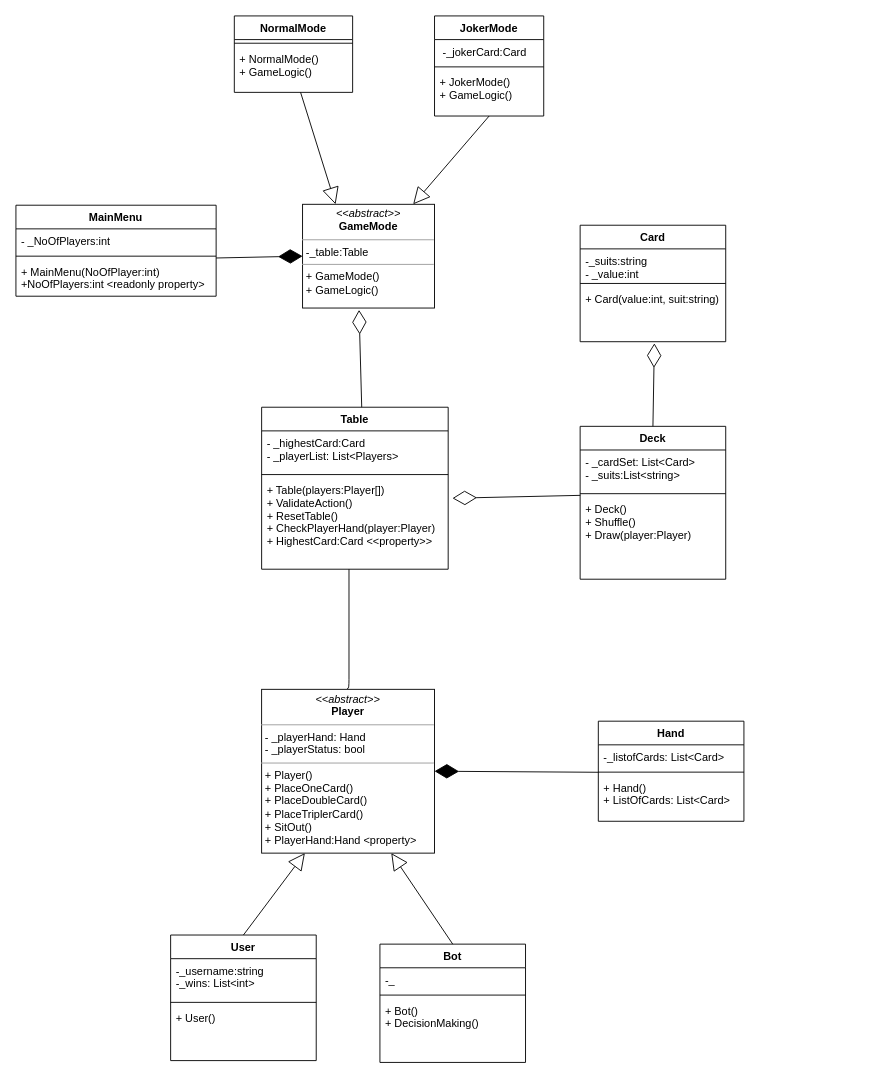
LastMinuteBanter/DistinctionTaskUML keeps this draw.io diagram as DistinctionTask.drawio. Above is the earlier version. Source tidied: cells renumbered, new cells numbered last; positions are measured from the earlier drawing's top-left corner, leaving out a move shared by most shapes. Both pictures are drawn from the tidied source at 91%, with x=0, y=0 at pixel (15, 15).
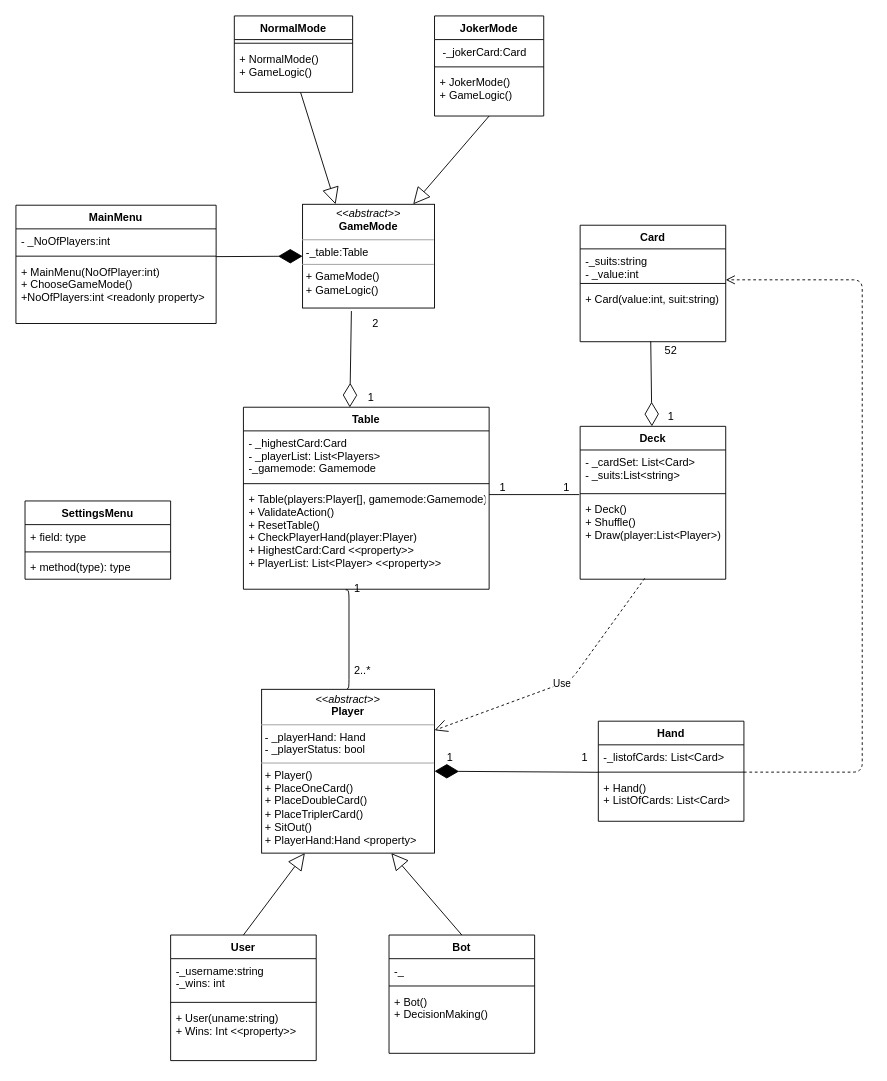
The same page after the edit.

The change refers to these unchanged cells:
```xml
<mxCell id="17" value="&lt;p style=&quot;margin: 0px ; margin-top: 4px ; text-align: center&quot;&gt;&lt;i&gt;&amp;lt;&amp;lt;abstract&amp;gt;&amp;gt;&lt;/i&gt;&lt;br&gt;&lt;b&gt;Player&lt;/b&gt;&lt;/p&gt;&lt;hr size=&quot;1&quot;&gt;&lt;p style=&quot;margin: 0px ; margin-left: 4px&quot;&gt;- _playerHand: Hand&lt;/p&gt;&lt;p style=&quot;margin: 0px ; margin-left: 4px&quot;&gt;- _playerStatus: bool&lt;br&gt;&lt;/p&gt;&lt;hr size=&quot;1&quot;&gt;&lt;p style=&quot;margin: 0px ; margin-left: 4px&quot;&gt;+ Player()&lt;br&gt;+ PlaceOneCard()&lt;/p&gt;&lt;p style=&quot;margin: 0px ; margin-left: 4px&quot;&gt;+ PlaceDoubleCard()&lt;/p&gt;&lt;p style=&quot;margin: 0px ; margin-left: 4px&quot;&gt;+ PlaceTriplerCard()&lt;/p&gt;&lt;p style=&quot;margin: 0px ; margin-left: 4px&quot;&gt;+ SitOut()&lt;/p&gt;&lt;p style=&quot;margin: 0px ; margin-left: 4px&quot;&gt;+ PlayerHand:Hand &amp;lt;property&amp;gt;&lt;br&gt;&lt;/p&gt;" style="verticalAlign=top;align=left;overflow=fill;fontSize=12;fontFamily=Helvetica;html=1;glass=0;" parent="1" vertex="1">
  <mxGeometry x="270" y="740" width="190" height="180" as="geometry" />
</mxCell>
<mxCell id="18" value="&lt;p style=&quot;margin: 0px ; margin-top: 4px ; text-align: center&quot;&gt;&lt;i&gt;&amp;lt;&amp;lt;abstract&amp;gt;&amp;gt;&lt;/i&gt;&lt;br&gt;&lt;b&gt;GameMode&lt;/b&gt;&lt;/p&gt;&lt;hr size=&quot;1&quot;&gt;&lt;p style=&quot;margin: 0px ; margin-left: 4px&quot;&gt;-_table:Table&lt;br&gt;&lt;/p&gt;&lt;hr size=&quot;1&quot;&gt;&lt;p style=&quot;margin: 0px ; margin-left: 4px&quot;&gt;+ GameMode()&lt;/p&gt;&lt;p style=&quot;margin: 0px ; margin-left: 4px&quot;&gt;+ GameLogic()&lt;br&gt;&lt;/p&gt;" style="verticalAlign=top;align=left;overflow=fill;fontSize=12;fontFamily=Helvetica;html=1;glass=0;" parent="1" vertex="1">
  <mxGeometry x="315" y="207" width="145" height="114" as="geometry" />
</mxCell>
<mxCell id="19" value="Deck" style="swimlane;fontStyle=1;align=center;verticalAlign=top;horizontal=1;startSize=26;glass=0;fontSize=12;" parent="1" vertex="1">
  <mxGeometry x="620" y="451" width="160" height="168" as="geometry" />
</mxCell>
<mxCell id="24" value="-_suits:string&#10;- _value:int&#10;" style="text;strokeColor=none;fillColor=none;align=left;verticalAlign=top;spacingLeft=4;spacingRight=4;overflow=hidden;points=[[0,0.5],[1,0.5]];portConstraint=eastwest;" parent="23" vertex="1">
  <mxGeometry y="26" width="160" height="34" as="geometry" />
</mxCell>
<mxCell id="26" value="+ Card(value:int, suit:string)" style="text;strokeColor=none;fillColor=none;align=left;verticalAlign=top;spacingLeft=4;spacingRight=4;overflow=hidden;points=[[0,0.5],[1,0.5]];portConstraint=eastwest;" parent="23" vertex="1">
  <mxGeometry y="68" width="160" height="60" as="geometry" />
</mxCell>
<mxCell id="30" value="+ Hand()&#10;+ ListOfCards: List&lt;Card&gt;" style="text;strokeColor=none;fillColor=none;align=left;verticalAlign=top;spacingLeft=4;spacingRight=4;overflow=hidden;points=[[0,0.5],[1,0.5]];portConstraint=eastwest;" parent="27" vertex="1">
  <mxGeometry y="60" width="160" height="50" as="geometry" />
</mxCell>
<mxCell id="41" value="User" style="swimlane;fontStyle=1;align=center;verticalAlign=top;horizontal=1;startSize=26;glass=0;fontSize=12;" parent="1" vertex="1">
  <mxGeometry x="170" y="1010" width="160" height="138" as="geometry" />
</mxCell>
```

Diff of the diagram source:
```diff
@@
     <mxCell id="2" value="MainMenu" style="swimlane;fontStyle=1;align=center;verticalAlign=top;horizontal=1;startSize=26;" parent="1" vertex="1">
-      <mxGeometry y="208" width="220" height="100" as="geometry" />
+      <mxGeometry y="208" width="220" height="130" as="geometry" />
     </mxCell>
@@
-    <mxCell id="5" value="+ MainMenu(NoOfPlayer:int)&#10;+NoOfPlayers:int &lt;readonly property&gt;&#10;" style="text;strokeColor=none;fillColor=none;align=left;verticalAlign=top;spacingLeft=4;spacingRight=4;overflow=hidden;points=[[0,0.5],[1,0.5]];portConstraint=eastwest;" parent="2" vertex="1">
-      <mxGeometry y="60" width="220" height="40" as="geometry" />
+    <mxCell id="5" value="+ MainMenu(NoOfPlayer:int)&#10;+ ChooseGameMode()&#10;+NoOfPlayers:int &lt;readonly property&gt;&#10;" style="text;strokeColor=none;fillColor=none;align=left;verticalAlign=top;spacingLeft=4;spacingRight=4;overflow=hidden;points=[[0,0.5],[1,0.5]];portConstraint=eastwest;" parent="2" vertex="1">
+      <mxGeometry y="60" width="220" height="70" as="geometry" />
     </mxCell>
@@
     <mxCell id="13" value="Table" style="swimlane;fontStyle=1;align=center;verticalAlign=top;horizontal=1;startSize=26;" parent="1" vertex="1">
-      <mxGeometry x="270" y="430" width="205" height="178" as="geometry" />
+      <mxGeometry x="250" y="430" width="270" height="200" as="geometry" />
     </mxCell>
-    <mxCell id="14" value="- _highestCard:Card&#10;- _playerList: List&lt;Players&gt;&#10;" style="text;strokeColor=none;fillColor=none;align=left;verticalAlign=top;spacingLeft=4;spacingRight=4;overflow=hidden;" parent="13" vertex="1">
-      <mxGeometry y="26" width="205" height="44" as="geometry" />
+    <mxCell id="14" value="- _highestCard:Card&#10;- _playerList: List&lt;Players&gt;&#10;-_gamemode: Gamemode&#10;&#10;" style="text;strokeColor=none;fillColor=none;align=left;verticalAlign=top;spacingLeft=4;spacingRight=4;overflow=hidden;" parent="13" vertex="1">
+      <mxGeometry y="26" width="270" height="54" as="geometry" />
     </mxCell>
     <mxCell id="15" style="line;strokeWidth=1;fillColor=none;align=left;verticalAlign=middle;spacingTop=-1;spacingLeft=3;spacingRight=3;labelPosition=right;" parent="13" vertex="1">
-      <mxGeometry y="70" width="205" height="8" as="geometry" />
+      <mxGeometry y="80" width="270" height="8" as="geometry" />
     </mxCell>
-    <mxCell id="16" value="+ Table(players:Player[])&#10;+ ValidateAction()&#10;+ ResetTable()&#10;+ CheckPlayerHand(player:Player)&#10;+ HighestCard:Card &lt;&lt;property&gt;&gt;" style="text;strokeColor=none;fillColor=none;align=left;verticalAlign=top;spacingLeft=4;spacingRight=4;overflow=hidden;points=[[0,0.5],[1,0.5]];portConstraint=eastwest;" parent="13" vertex="1">
-      <mxGeometry y="78" width="205" height="100" as="geometry" />
+    <mxCell id="16" value="+ Table(players:Player[], gamemode:Gamemode)&#10;+ ValidateAction()&#10;+ ResetTable()&#10;+ CheckPlayerHand(player:Player)&#10;+ HighestCard:Card &lt;&lt;property&gt;&gt;&#10;+ PlayerList: List&lt;Player&gt; &lt;&lt;property&gt;&gt;&#10;" style="text;strokeColor=none;fillColor=none;align=left;verticalAlign=top;spacingLeft=4;spacingRight=4;overflow=hidden;points=[[0,0.5],[1,0.5]];portConstraint=eastwest;" parent="13" vertex="1">
+      <mxGeometry y="88" width="270" height="112" as="geometry" />
     </mxCell>
@@
-    <mxCell id="22" value="+ Deck()&#10;+ Shuffle()&#10;+ Draw(player:Player)&#10;" style="text;strokeColor=none;fillColor=none;align=left;verticalAlign=top;spacingLeft=4;spacingRight=4;overflow=hidden;points=[[0,0.5],[1,0.5]];portConstraint=eastwest;" parent="19" vertex="1">
+    <mxCell id="22" value="+ Deck()&#10;+ Shuffle()&#10;+ Draw(player:List&lt;Player&gt;)&#10;" style="text;strokeColor=none;fillColor=none;align=left;verticalAlign=top;spacingLeft=4;spacingRight=4;overflow=hidden;points=[[0,0.5],[1,0.5]];portConstraint=eastwest;" parent="19" vertex="1">
       <mxGeometry y="78" width="160" height="90" as="geometry" />
     </mxCell>
@@
-    <mxCell id="34" style="endArrow=diamondThin;endFill=0;endSize=24;html=1;fontSize=12;entryX=0.428;entryY=1.018;entryDx=0;entryDy=0;entryPerimeter=0;" parent="1" edge="1" target="18">
-      <mxGeometry relative="1" as="geometry">
-        <mxPoint x="380" y="430" as="sourcePoint" />
-      </mxGeometry>
-    </mxCell>
@@
-    <mxCell id="36" style="endArrow=diamondThin;endFill=0;endSize=24;html=1;fontSize=12;entryX=0.51;entryY=1.029;entryDx=0;entryDy=0;entryPerimeter=0;exitX=0.5;exitY=0;exitDx=0;exitDy=0;" parent="1" edge="1" source="19" target="26">
-      <mxGeometry relative="1" as="geometry" />
-    </mxCell>
-    <mxCell id="37" style="endArrow=diamondThin;endFill=0;endSize=24;html=1;fontSize=12;entryX=1.023;entryY=0.22;entryDx=0;entryDy=0;entryPerimeter=0;exitX=0.001;exitY=-0.024;exitDx=0;exitDy=0;exitPerimeter=0;" parent="1" edge="1" source="22" target="16">
-      <mxGeometry relative="1" as="geometry" />
-    </mxCell>
-    <mxCell id="38" style="endArrow=none;html=1;edgeStyle=orthogonalEdgeStyle;fontSize=12;entryX=0.473;entryY=1.01;entryDx=0;entryDy=0;entryPerimeter=0;exitX=0.5;exitY=0;exitDx=0;exitDy=0;" parent="1" edge="1">
+    <mxCell id="38" style="endArrow=none;html=1;edgeStyle=orthogonalEdgeStyle;fontSize=12;exitX=0.5;exitY=0;exitDx=0;exitDy=0;entryX=0.416;entryY=1.006;entryDx=0;entryDy=0;entryPerimeter=0;" parent="1" edge="1" target="16">
       <mxGeometry relative="1" as="geometry">
         <mxPoint x="364" y="739" as="sourcePoint" />
-        <mxPoint x="366" y="608" as="targetPoint" />
         <Array as="points">
           <mxPoint x="366" y="739" />
         </Array>
       </mxGeometry>
     </mxCell>
@@
-    <mxCell id="42" value="-_username:string&#10;-_wins: List&lt;int&gt;&#10;" style="text;strokeColor=none;fillColor=none;align=left;verticalAlign=top;spacingLeft=4;spacingRight=4;overflow=hidden;" parent="41" vertex="1">
+    <mxCell id="42" value="-_username:string&#10;-_wins: int&#10;" style="text;strokeColor=none;fillColor=none;align=left;verticalAlign=top;spacingLeft=4;spacingRight=4;overflow=hidden;" parent="41" vertex="1">
       <mxGeometry y="26" width="160" height="44" as="geometry" />
     </mxCell>
@@
-    <mxCell id="44" value="+ User()" style="text;strokeColor=none;fillColor=none;align=left;verticalAlign=top;spacingLeft=4;spacingRight=4;overflow=hidden;" parent="41" vertex="1">
+    <mxCell id="44" value="+ User(uname:string)&#10;+ Wins: Int &lt;&lt;property&gt;&gt;&#10;&#10;" style="text;strokeColor=none;fillColor=none;align=left;verticalAlign=top;spacingLeft=4;spacingRight=4;overflow=hidden;" parent="41" vertex="1">
       <mxGeometry y="78" width="160" height="60" as="geometry" />
     </mxCell>
     <mxCell id="45" value="Bot" style="swimlane;fontStyle=1;align=center;verticalAlign=top;horizontal=1;startSize=26;glass=0;fontSize=12;" parent="1" vertex="1">
-      <mxGeometry x="400" y="1020" width="160" height="130" as="geometry" />
+      <mxGeometry x="410" y="1010" width="160" height="130" as="geometry" />
     </mxCell>
@@
+    <mxCell id="51" value="1" style="text;html=1;strokeColor=none;fillColor=none;align=center;verticalAlign=middle;whiteSpace=wrap;rounded=0;" parent="1" vertex="1">
+      <mxGeometry x="700" y="430" width="40" height="20" as="geometry" />
+    </mxCell>
+    <mxCell id="52" value="52" style="text;html=1;strokeColor=none;fillColor=none;align=center;verticalAlign=middle;whiteSpace=wrap;rounded=0;" parent="1" vertex="1">
+      <mxGeometry x="700" y="358" width="40" height="20" as="geometry" />
+    </mxCell>
+    <mxCell id="53" style="html=1;verticalAlign=bottom;endArrow=open;dashed=1;endSize=8;exitX=1;exitY=-0.08;exitDx=0;exitDy=0;exitPerimeter=0;entryX=1;entryY=1;entryDx=0;entryDy=0;entryPerimeter=0;" parent="1" edge="1" source="30" target="24">
+      <mxGeometry relative="1" as="geometry">
+        <Array as="points">
+          <mxPoint x="930" y="831" />
+          <mxPoint x="930" y="290" />
+        </Array>
+      </mxGeometry>
+    </mxCell>
+    <mxCell id="54" value="1" style="text;html=1;align=left;verticalAlign=top;spacingTop=-4;" parent="1" vertex="1">
+      <mxGeometry x="472" y="805" width="20" height="20" as="geometry" />
+    </mxCell>
+    <mxCell id="55" value="1" style="text;html=1;align=left;verticalAlign=top;spacingTop=-4;" parent="1" vertex="1">
+      <mxGeometry x="620" y="805" width="20" height="20" as="geometry" />
+    </mxCell>
+    <mxCell id="56" value="2..*" style="text;html=1;align=left;verticalAlign=top;spacingTop=-4;" parent="1" vertex="1">
+      <mxGeometry x="370" y="710" width="30" height="20" as="geometry" />
+    </mxCell>
+    <mxCell id="57" value="1" style="text;html=1;align=left;verticalAlign=top;spacingTop=-4;" parent="1" vertex="1">
+      <mxGeometry x="370" y="620" width="20" height="20" as="geometry" />
+    </mxCell>
+    <mxCell id="58" style="endArrow=none;html=1;edgeStyle=orthogonalEdgeStyle;" parent="1" edge="1">
+      <mxGeometry relative="1" as="geometry">
+        <mxPoint x="520" y="526" as="sourcePoint" />
+        <mxPoint x="619" y="526" as="targetPoint" />
+      </mxGeometry>
+    </mxCell>
+    <mxCell id="59" style="html=1;align=left;verticalAlign=bottom;labelBackgroundColor=#ffffff;fontSize=10;" parent="58" vertex="1">
+      <mxGeometry x="-1" relative="1" as="geometry" />
+    </mxCell>
+    <mxCell id="60" style="html=1;align=right;verticalAlign=bottom;labelBackgroundColor=#ffffff;fontSize=10;" parent="58" vertex="1">
+      <mxGeometry x="1" relative="1" as="geometry" />
+    </mxCell>
+    <mxCell id="61" value="1" style="text;html=1;align=left;verticalAlign=top;spacingTop=-4;" parent="1" vertex="1">
+      <mxGeometry x="530" y="509" width="20" height="20" as="geometry" />
+    </mxCell>
+    <mxCell id="62" value="1" style="text;html=1;align=left;verticalAlign=top;spacingTop=-4;" parent="1" vertex="1">
+      <mxGeometry x="600" y="509" width="20" height="20" as="geometry" />
+    </mxCell>
+    <mxCell id="63" value="Use" style="endArrow=open;endSize=12;dashed=1;html=1;exitX=0.444;exitY=0.989;exitDx=0;exitDy=0;exitPerimeter=0;entryX=1;entryY=0.25;entryDx=0;entryDy=0;" parent="1" edge="1" source="22" target="17">
+      <mxGeometry relative="1" as="geometry">
+        <Array as="points">
+          <mxPoint x="610" y="730" />
+        </Array>
+      </mxGeometry>
+    </mxCell>
+    <mxCell id="64" style="endArrow=diamondThin;endFill=0;endSize=24;html=1;exitX=0.485;exitY=0.994;exitDx=0;exitDy=0;exitPerimeter=0;" parent="1" edge="1" source="26" target="19">
+      <mxGeometry relative="1" as="geometry" />
+    </mxCell>
+    <mxCell id="65" value="SettingsMenu" style="swimlane;fontStyle=1;align=center;verticalAlign=top;horizontal=1;startSize=26;" parent="1" vertex="1">
+      <mxGeometry x="10" y="533" width="160" height="86" as="geometry" />
+    </mxCell>
+    <mxCell id="66" value="+ field: type" style="text;strokeColor=none;fillColor=none;align=left;verticalAlign=top;spacingLeft=4;spacingRight=4;overflow=hidden;" parent="65" vertex="1">
+      <mxGeometry y="26" width="160" height="26" as="geometry" />
+    </mxCell>
+    <mxCell id="67" style="line;strokeWidth=1;fillColor=none;align=left;verticalAlign=middle;spacingTop=-1;spacingLeft=3;spacingRight=3;labelPosition=right;" parent="65" vertex="1">
+      <mxGeometry y="52" width="160" height="8" as="geometry" />
+    </mxCell>
+    <mxCell id="68" value="+ method(type): type" style="text;strokeColor=none;fillColor=none;align=left;verticalAlign=top;spacingLeft=4;spacingRight=4;overflow=hidden;" parent="65" vertex="1">
+      <mxGeometry y="60" width="160" height="26" as="geometry" />
+    </mxCell>
+    <mxCell id="69" value="1" style="text;html=1;align=left;verticalAlign=top;spacingTop=-4;" parent="1" vertex="1">
+      <mxGeometry x="385" y="410" width="20" height="20" as="geometry" />
+    </mxCell>
+    <mxCell id="70" value="2" style="text;html=1;align=left;verticalAlign=top;spacingTop=-4;" parent="1" vertex="1">
+      <mxGeometry x="390" y="328" width="20" height="20" as="geometry" />
+    </mxCell>
+    <mxCell id="71" style="endArrow=diamondThin;endFill=0;endSize=24;html=1;entryX=0.433;entryY=0.001;entryDx=0;entryDy=0;entryPerimeter=0;exitX=0.37;exitY=1.029;exitDx=0;exitDy=0;exitPerimeter=0;" parent="1" edge="1" source="18" target="13">
+      <mxGeometry relative="1" as="geometry" />
+    </mxCell>
```
